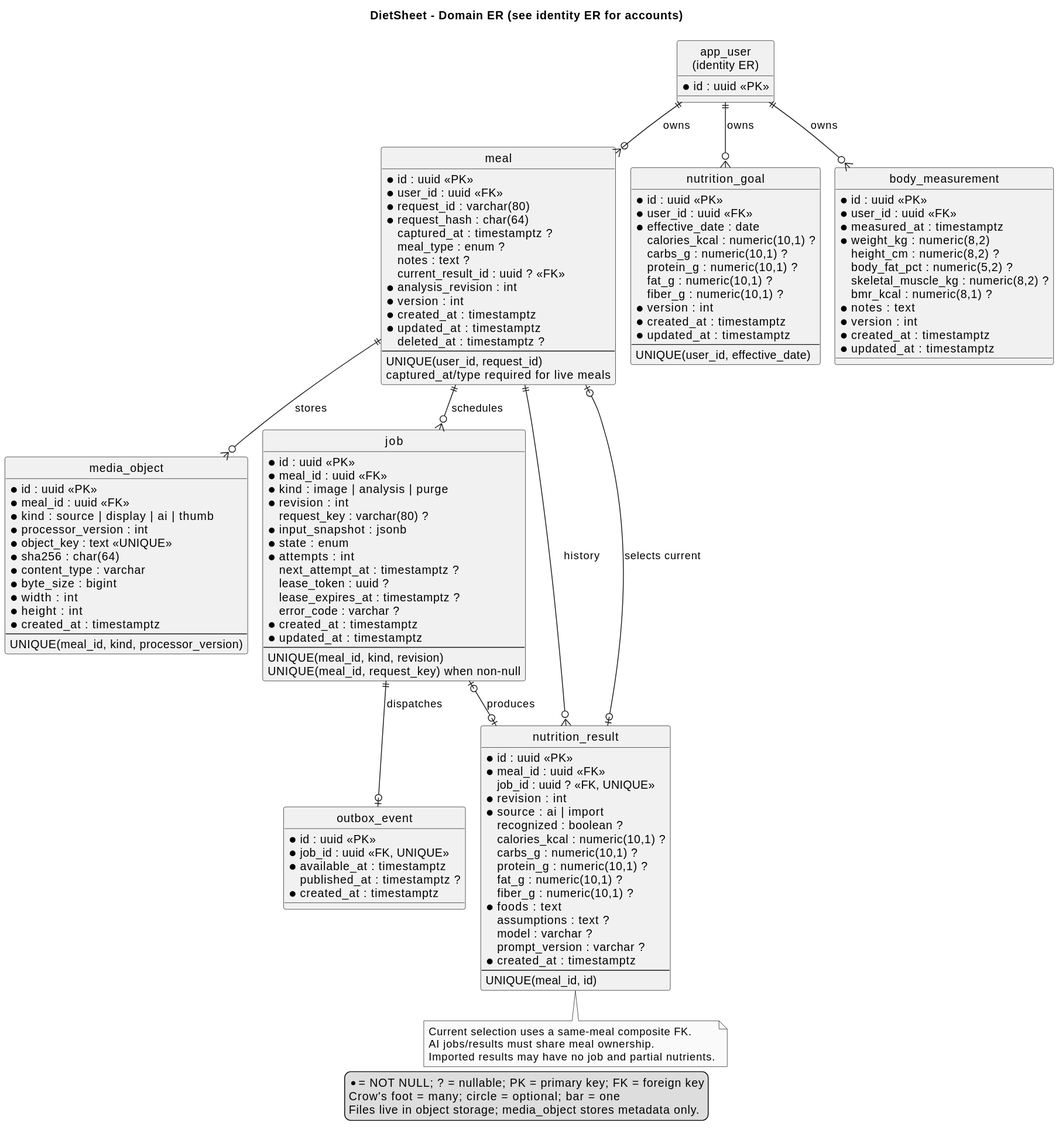
Xunhaoz/DietSheetV2 keeps this PlantUML diagram as doc/developer/diagrams/er-domain.svg. Above is the earlier version. Its diagram source:
```plantuml
@startuml
!pragma layout smetana
skinparam monochrome true
skinparam shadowing false
skinparam linetype ortho
hide circle
title DietSheet - Domain ER (see identity ER for accounts)
entity "app_user\n(identity ER)" as user {
  * id : uuid <<PK>>
}
entity meal {
  * id : uuid <<PK>>
  * user_id : uuid <<FK>>
  {field} * request_id : varchar(80)
  {field} * request_hash : char(64)
  captured_at : timestamptz ?
  meal_type : enum ?
  notes : text ?
  current_result_id : uuid ? <<FK>>
  * analysis_revision : int
  * version : int
  * created_at : timestamptz
  * updated_at : timestamptz
  deleted_at : timestamptz ?
  --
  UNIQUE(user_id, request_id)
  captured_at/type required for live meals
}
entity media_object {
  * id : uuid <<PK>>
  * meal_id : uuid <<FK>>
  * kind : source | display | ai | thumb
  * processor_version : int
  * object_key : text <<UNIQUE>>
  {field} * sha256 : char(64)
  * content_type : varchar
  * byte_size : bigint
  * width : int
  * height : int
  * created_at : timestamptz
  --
  UNIQUE(meal_id, kind, processor_version)
}
entity job {
  * id : uuid <<PK>>
  * meal_id : uuid <<FK>>
  * kind : image | analysis | purge
  * revision : int
  {field} request_key : varchar(80) ?
  * input_snapshot : jsonb
  * state : enum
  * attempts : int
  next_attempt_at : timestamptz ?
  lease_token : uuid ?
  lease_expires_at : timestamptz ?
  error_code : varchar ?
  * created_at : timestamptz
  * updated_at : timestamptz
  --
  UNIQUE(meal_id, kind, revision)
  UNIQUE(meal_id, request_key) when non-null
}
entity outbox_event {
  * id : uuid <<PK>>
  * job_id : uuid <<FK, UNIQUE>>
  * available_at : timestamptz
  published_at : timestamptz ?
  * created_at : timestamptz
}
entity nutrition_result {
  * id : uuid <<PK>>
  * meal_id : uuid <<FK>>
  job_id : uuid ? <<FK, UNIQUE>>
  * revision : int
  * source : ai | import
  recognized : boolean ?
  {field} calories_kcal : numeric(10,1) ?
  {field} carbs_g : numeric(10,1) ?
  {field} protein_g : numeric(10,1) ?
  {field} fat_g : numeric(10,1) ?
  {field} fiber_g : numeric(10,1) ?
  * foods : text
  assumptions : text ?
  model : varchar ?
  prompt_version : varchar ?
  * created_at : timestamptz
  --
  UNIQUE(meal_id, id)
}
entity nutrition_goal {
  * id : uuid <<PK>>
  * user_id : uuid <<FK>>
  * effective_date : date
  {field} calories_kcal : numeric(10,1) ?
  {field} carbs_g : numeric(10,1) ?
  {field} protein_g : numeric(10,1) ?
  {field} fat_g : numeric(10,1) ?
  {field} fiber_g : numeric(10,1) ?
  * version : int
  * created_at : timestamptz
  * updated_at : timestamptz
  --
  UNIQUE(user_id, effective_date)
}
entity body_measurement {
  * id : uuid <<PK>>
  * user_id : uuid <<FK>>
  * measured_at : timestamptz
  {field} * weight_kg : numeric(8,2)
  {field} height_cm : numeric(8,2) ?
  {field} body_fat_pct : numeric(5,2) ?
  {field} skeletal_muscle_kg : numeric(8,2) ?
  {field} bmr_kcal : numeric(8,1) ?
  * notes : text
  * version : int
  * created_at : timestamptz
  * updated_at : timestamptz
}
user ||--o{ meal : owns
user ||--o{ nutrition_goal : owns
user ||--o{ body_measurement : owns
meal ||--o{ media_object : stores
meal ||--o{ job : schedules
job ||--o| outbox_event : dispatches
meal ||--o{ nutrition_result : history
job |o--o| nutrition_result : produces
meal |o--o| nutrition_result : selects current
note bottom of nutrition_result
  Current selection uses a same-meal composite FK.
  AI jobs/results must share meal ownership.
  Imported results may have no job and partial nutrients.
end note
legend bottom
  * = NOT NULL; ? = nullable; PK = primary key; FK = foreign key
  Crow's foot = many; circle = optional; bar = one
  Files live in object storage; media_object stores metadata only.
endlegend
@enduml
```
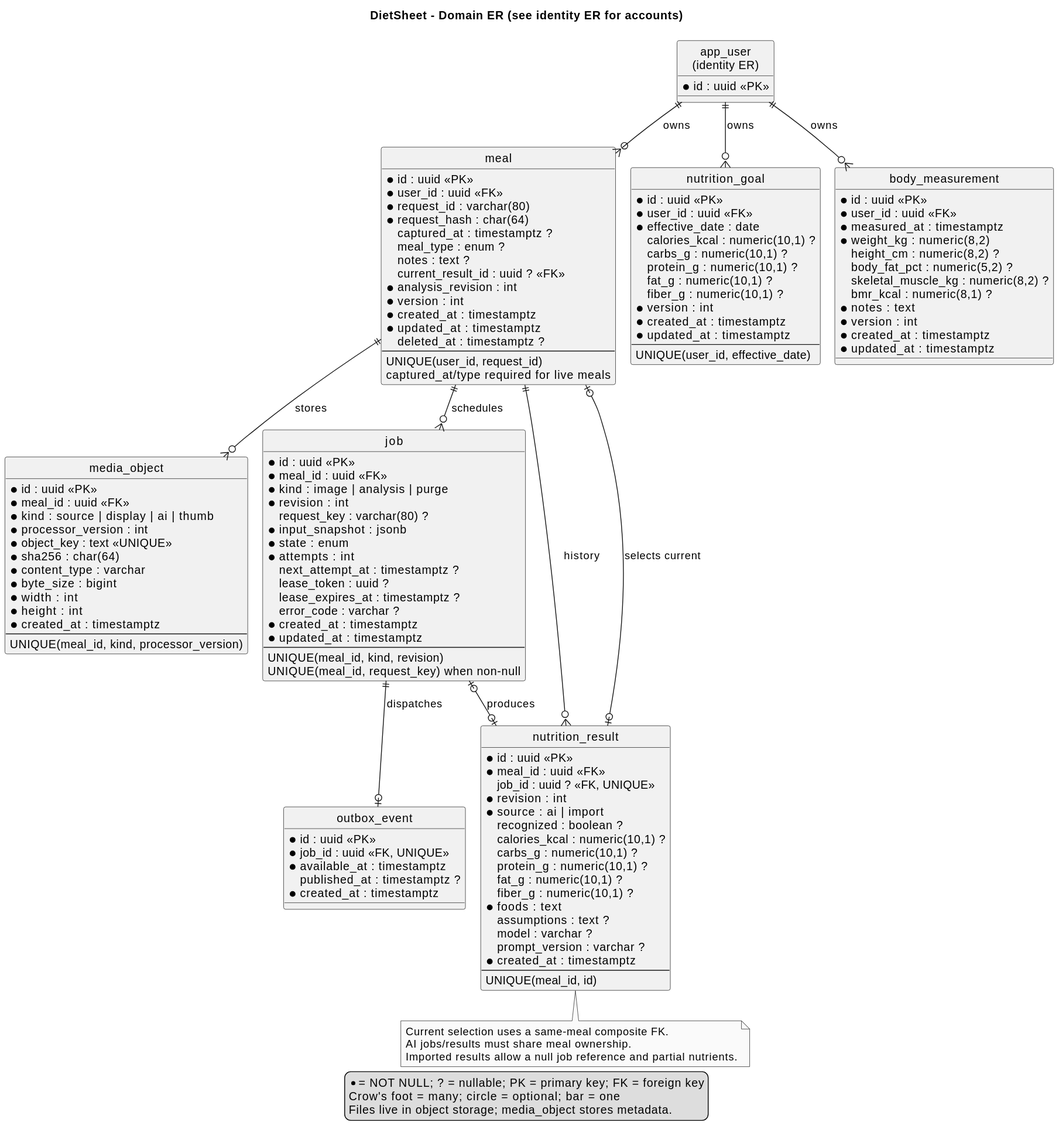
The same diagram one commit later.

Diff of the diagram source:
```diff
@@ -128,11 +128,11 @@
 note bottom of nutrition_result
   Current selection uses a same-meal composite FK.
   AI jobs/results must share meal ownership.
-  Imported results may have no job and partial nutrients.
+  Imported results allow a null job reference and partial nutrients.
 end note
 legend bottom
   * = NOT NULL; ? = nullable; PK = primary key; FK = foreign key
   Crow's foot = many; circle = optional; bar = one
-  Files live in object storage; media_object stores metadata only.
+  Files live in object storage; media_object stores metadata.
 endlegend
 @enduml
```
